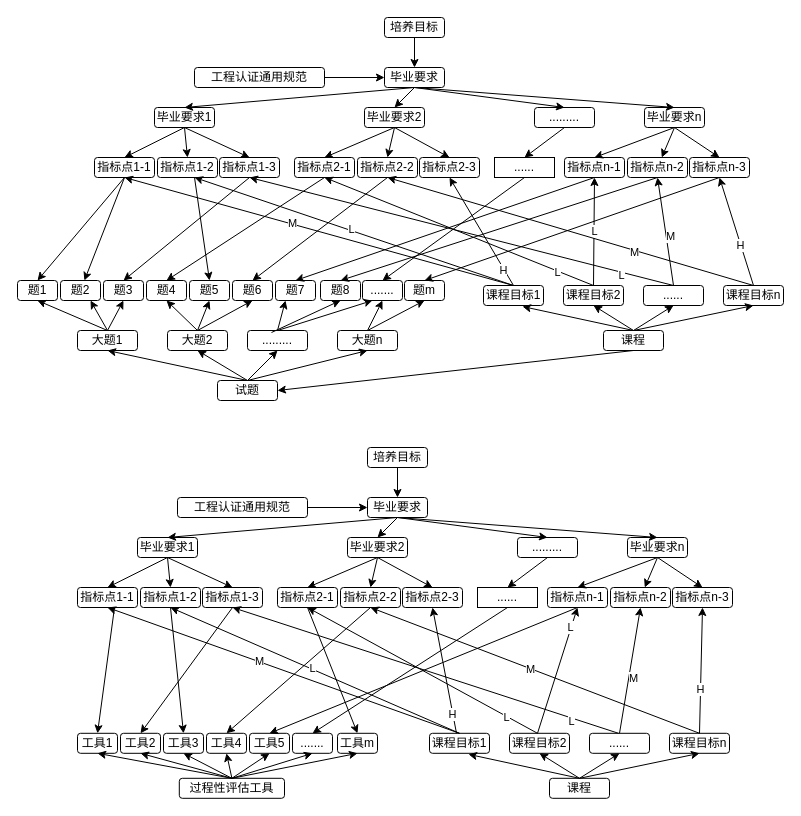
This is Untitled Diagram.drawio from oliverwy/DhDesignpattern, a draw.io file, before an edit. Source tidied: cells renumbered, new cells numbered last; positions are measured from the earlier drawing's top-left corner, leaving out a move shared by most shapes. Both pictures are drawn from the tidied source at 100%, with x=0, y=0 at pixel (17, 17).
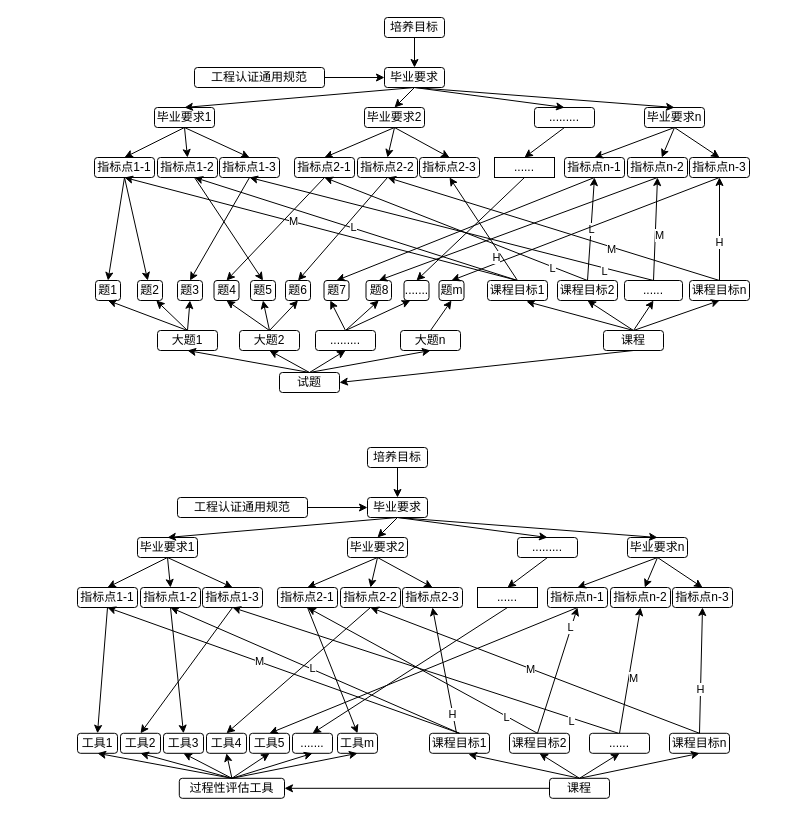
After the change.

The change refers to these unchanged cells:
```xml
<mxCell id="97" style="endArrow=classic;html=1;rounded=0;entryX=0.5;entryY=1;entryDx=0;entryDy=0;exitX=0.5;exitY=0;exitDx=0;exitDy=0;" parent="1" edge="1" source="19" target="14">
  <mxGeometry relative="1" as="geometry" />
</mxCell>
<mxCell id="110" value="指标点1-1" style="rounded=1;whiteSpace=wrap;html=1;align=center;" parent="1" vertex="1">
  <mxGeometry x="60" y="570" width="60" height="20" as="geometry" />
</mxCell>
<mxCell id="136" value="课程" style="rounded=1;whiteSpace=wrap;html=1;align=center;" parent="1" vertex="1">
  <mxGeometry x="532" y="760.8" width="60" height="20" as="geometry" />
</mxCell>
<mxCell id="145" value="过程性评估工具" style="rounded=1;whiteSpace=wrap;html=1;align=center;" parent="1" vertex="1">
  <mxGeometry x="161.8" y="760.8" width="105.2" height="20" as="geometry" />
</mxCell>
<mxCell id="146" value="工具1" style="rounded=1;whiteSpace=wrap;html=1;align=center;" parent="1" vertex="1">
  <mxGeometry x="60" y="715.8" width="40" height="20" as="geometry" />
</mxCell>
```

Change to the diagram source:
```diff
@@
     <mxCell id="19" value="课程目标1" style="rounded=1;whiteSpace=wrap;html=1;align=center;" parent="1" vertex="1">
-      <mxGeometry x="466" y="268" width="60" height="20" as="geometry" />
+      <mxGeometry x="470" y="263" width="60" height="20" as="geometry" />
     </mxCell>
     <mxCell id="20" value="课程目标2" style="rounded=1;whiteSpace=wrap;html=1;align=center;" parent="1" vertex="1">
-      <mxGeometry x="546" y="268" width="60" height="20" as="geometry" />
+      <mxGeometry x="540" y="263" width="60" height="20" as="geometry" />
     </mxCell>
     <mxCell id="21" value="......" style="rounded=1;whiteSpace=wrap;html=1;align=center;" parent="1" vertex="1">
-      <mxGeometry x="626" y="268" width="60" height="20" as="geometry" />
+      <mxGeometry x="607" y="263" width="58" height="20" as="geometry" />
     </mxCell>
     <mxCell id="22" value="课程目标n" style="rounded=1;whiteSpace=wrap;html=1;align=center;" parent="1" vertex="1">
-      <mxGeometry x="706" y="268" width="60" height="20" as="geometry" />
+      <mxGeometry x="672" y="263" width="60" height="20" as="geometry" />
     </mxCell>
@@
     <mxCell id="56" value="试题" style="rounded=1;whiteSpace=wrap;html=1;align=center;" parent="1" vertex="1">
-      <mxGeometry x="200" y="363" width="60" height="20" as="geometry" />
+      <mxGeometry x="262" y="355" width="60" height="20" as="geometry" />
     </mxCell>
     <mxCell id="57" value="大题1" style="rounded=1;whiteSpace=wrap;html=1;align=center;" parent="1" vertex="1">
-      <mxGeometry x="60" y="313" width="60" height="20" as="geometry" />
+      <mxGeometry x="140" y="313" width="60" height="20" as="geometry" />
     </mxCell>
     <mxCell id="58" value="大题2" style="rounded=1;whiteSpace=wrap;html=1;align=center;" parent="1" vertex="1">
-      <mxGeometry x="150" y="313" width="60" height="20" as="geometry" />
+      <mxGeometry x="222" y="313" width="60" height="20" as="geometry" />
     </mxCell>
     <mxCell id="59" value="........." style="rounded=1;whiteSpace=wrap;html=1;align=center;" parent="1" vertex="1">
-      <mxGeometry x="230" y="313" width="60" height="20" as="geometry" />
+      <mxGeometry x="298" y="313" width="60" height="20" as="geometry" />
     </mxCell>
     <mxCell id="60" value="大题n" style="rounded=1;whiteSpace=wrap;html=1;align=center;" parent="1" vertex="1">
-      <mxGeometry x="320" y="313" width="60" height="20" as="geometry" />
+      <mxGeometry x="383" y="313" width="60" height="20" as="geometry" />
     </mxCell>
     <mxCell id="61" value="题1" style="rounded=1;whiteSpace=wrap;html=1;align=center;" parent="1" vertex="1">
-      <mxGeometry y="263" width="40" height="20" as="geometry" />
+      <mxGeometry x="78" y="263" width="25" height="20" as="geometry" />
     </mxCell>
     <mxCell id="62" value="题2" style="rounded=1;whiteSpace=wrap;html=1;align=center;" parent="1" vertex="1">
-      <mxGeometry x="43" y="263" width="40" height="20" as="geometry" />
+      <mxGeometry x="120" y="263" width="25" height="20" as="geometry" />
     </mxCell>
     <mxCell id="63" value="题3" style="rounded=1;whiteSpace=wrap;html=1;align=center;" parent="1" vertex="1">
-      <mxGeometry x="86" y="263" width="40" height="20" as="geometry" />
+      <mxGeometry x="160" y="263" width="25" height="20" as="geometry" />
     </mxCell>
     <mxCell id="64" value="题4" style="rounded=1;whiteSpace=wrap;html=1;align=center;" parent="1" vertex="1">
-      <mxGeometry x="129" y="263" width="40" height="20" as="geometry" />
+      <mxGeometry x="196.5" y="263" width="25" height="20" as="geometry" />
     </mxCell>
     <mxCell id="65" value="题5" style="rounded=1;whiteSpace=wrap;html=1;align=center;" parent="1" vertex="1">
-      <mxGeometry x="172" y="263" width="40" height="20" as="geometry" />
+      <mxGeometry x="233" y="263" width="25" height="20" as="geometry" />
     </mxCell>
     <mxCell id="66" value="题6" style="rounded=1;whiteSpace=wrap;html=1;align=center;" parent="1" vertex="1">
-      <mxGeometry x="215" y="263" width="40" height="20" as="geometry" />
+      <mxGeometry x="268" y="263" width="25" height="20" as="geometry" />
     </mxCell>
     <mxCell id="67" value="题7" style="rounded=1;whiteSpace=wrap;html=1;align=center;" parent="1" vertex="1">
-      <mxGeometry x="258" y="263" width="40" height="20" as="geometry" />
+      <mxGeometry x="306.5" y="263" width="25" height="20" as="geometry" />
     </mxCell>
     <mxCell id="68" value="题8" style="rounded=1;whiteSpace=wrap;html=1;align=center;" parent="1" vertex="1">
-      <mxGeometry x="303" y="263" width="40" height="20" as="geometry" />
+      <mxGeometry x="348.5" y="263" width="25.5" height="20" as="geometry" />
     </mxCell>
     <mxCell id="69" value="题m" style="rounded=1;whiteSpace=wrap;html=1;align=center;" parent="1" vertex="1">
-      <mxGeometry x="387" y="263" width="40" height="20" as="geometry" />
+      <mxGeometry x="421.5" y="263" width="25" height="20" as="geometry" />
     </mxCell>
     <mxCell id="70" value="......." style="rounded=1;whiteSpace=wrap;html=1;align=center;" parent="1" vertex="1">
-      <mxGeometry x="345" y="263" width="40" height="20" as="geometry" />
+      <mxGeometry x="386.5" y="263" width="25" height="20" as="geometry" />
     </mxCell>
@@
-    <mxCell id="82" style="endArrow=classic;html=1;rounded=0;entryX=0.5;entryY=1;entryDx=0;entryDy=0;" parent="1" edge="1" target="58">
-      <mxGeometry relative="1" as="geometry">
-        <mxPoint x="230" y="363" as="sourcePoint" />
-      </mxGeometry>
+    <mxCell id="82" style="endArrow=classic;html=1;rounded=0;entryX=0.5;entryY=1;entryDx=0;entryDy=0;exitX=0.5;exitY=0;exitDx=0;exitDy=0;" parent="1" edge="1" source="56" target="58">
+      <mxGeometry relative="1" as="geometry" />
     </mxCell>
@@
-    <mxCell id="93" style="endArrow=classic;html=1;rounded=0;exitX=0.4;exitY=0.1;exitDx=0;exitDy=0;exitPerimeter=0;entryX=0.5;entryY=1;entryDx=0;entryDy=0;" parent="1" edge="1" source="59" target="68">
+    <mxCell id="93" style="endArrow=classic;html=1;rounded=0;exitX=0.5;exitY=0;exitDx=0;exitDy=0;entryX=0.5;entryY=1;entryDx=0;entryDy=0;" parent="1" edge="1" source="59" target="68">
       <mxGeometry relative="1" as="geometry" />
     </mxCell>
@@
-    <mxCell id="95" style="endArrow=classic;html=1;rounded=0;exitX=0.5;exitY=0;exitDx=0;exitDy=0;" parent="1" edge="1" source="60">
-      <mxGeometry relative="1" as="geometry">
-        <mxPoint x="407" y="283" as="targetPoint" />
-      </mxGeometry>
+    <mxCell id="95" style="endArrow=classic;html=1;rounded=0;exitX=0.5;exitY=0;exitDx=0;exitDy=0;entryX=0.5;entryY=1;entryDx=0;entryDy=0;" parent="1" edge="1" source="60" target="69">
+      <mxGeometry relative="1" as="geometry" />
     </mxCell>
-    <mxCell id="96" style="endArrow=classic;html=1;rounded=0;exitX=0.5;exitY=0;exitDx=0;exitDy=0;entryX=0.5;entryY=1;entryDx=0;entryDy=0;" parent="1" edge="1" source="60" target="70">
-      <mxGeometry relative="1" as="geometry" />
-    </mxCell>
@@
     <mxCell id="98" value="H" style="edgeLabel;html=1;align=center;verticalAlign=middle;" parent="97" vertex="1">
-      <mxGeometry x="-0.69" y="1" relative="1" as="geometry" />
+      <mxGeometry x="-0.69" y="1" relative="1" as="geometry">
+        <mxPoint x="-10" y="-8" as="offset" />
+      </mxGeometry>
     </mxCell>
@@
-    <mxCell id="178" style="endArrow=classic;html=1;rounded=0;entryX=0.5;entryY=0;entryDx=0;entryDy=0;" parent="1" edge="1" target="146">
-      <mxGeometry relative="1" as="geometry">
-        <mxPoint x="97" y="590" as="sourcePoint" />
-      </mxGeometry>
+    <mxCell id="178" style="endArrow=classic;html=1;rounded=0;entryX=0.5;entryY=0;entryDx=0;entryDy=0;exitX=0.5;exitY=1;exitDx=0;exitDy=0;" parent="1" edge="1" source="110" target="146">
+      <mxGeometry relative="1" as="geometry" />
     </mxCell>
@@
+    <mxCell id="185" style="endArrow=classic;html=1;rounded=0;entryX=1;entryY=0.5;entryDx=0;entryDy=0;exitX=0;exitY=0.5;exitDx=0;exitDy=0;" parent="1" edge="1" source="136" target="145">
+      <mxGeometry relative="1" as="geometry" />
+    </mxCell>
```
